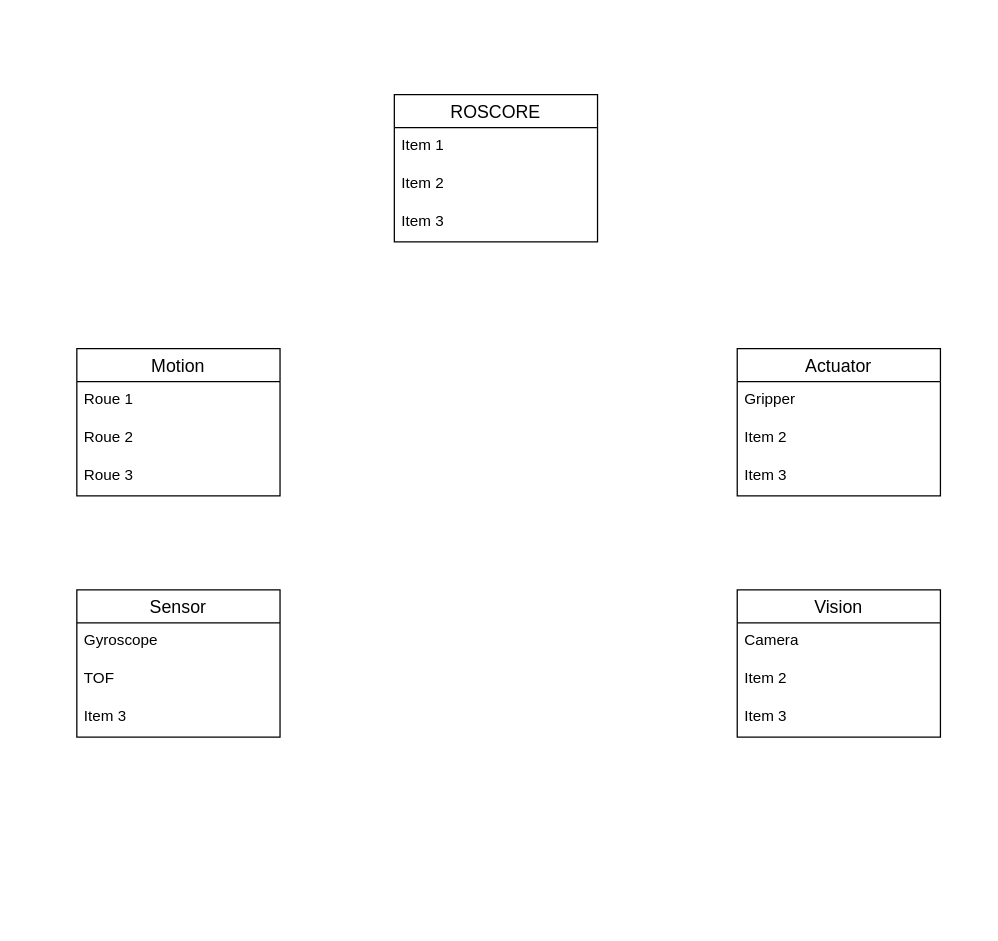
Above: software/software_cdf_2025.drawio in Betamax58/coupe-de-france (draw.io), before the change. Source tidied: cells renumbered, new cells numbered last; positions are measured from the earlier drawing's top-left corner, leaving out a move shared by most shapes. Both pictures are drawn from the tidied source at 127%, with x=0, y=0 at pixel (76, 94).
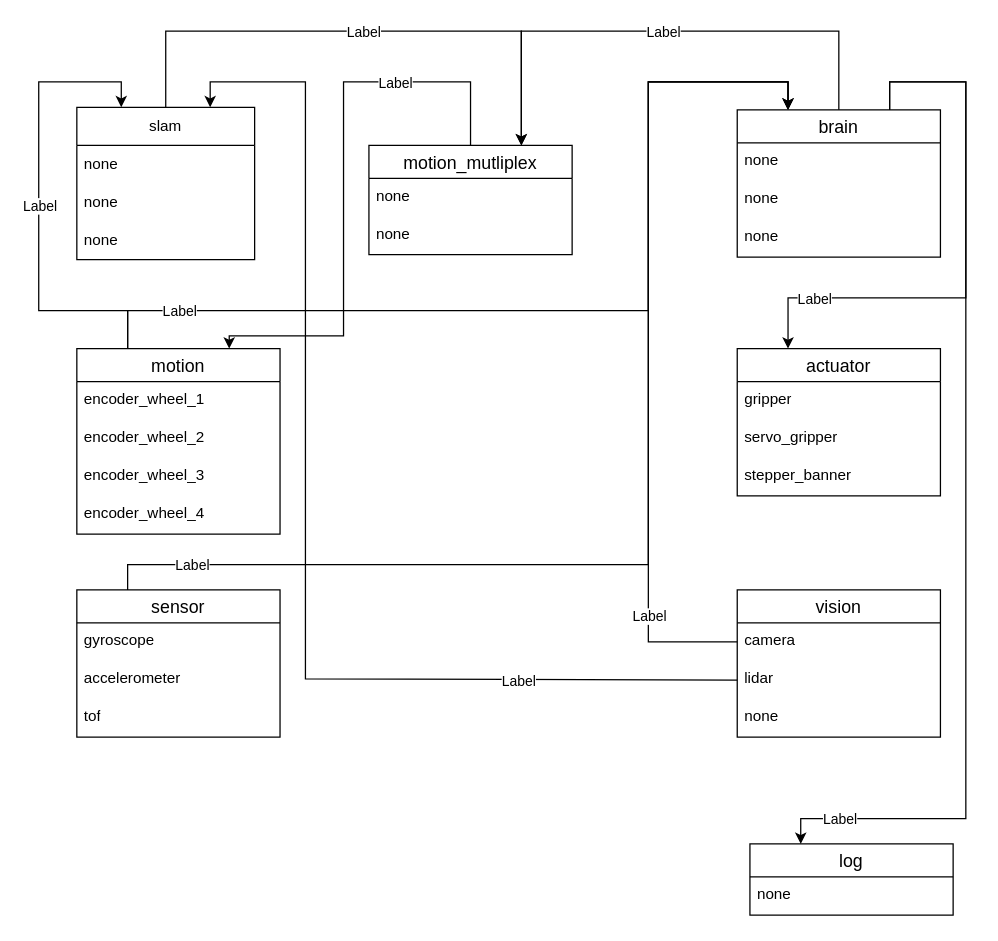
After the change.

Commit message:
Mettre à jour software_cdf_2025.drawio

Change to the diagram source:
```diff
@@
-    <mxCell id="2" value="Actuator" style="swimlane;fontStyle=0;horizontal=1;startSize=26;align=center;fontSize=14;" parent="1" vertex="1">
+    <mxCell id="2" value="actuator" style="swimlane;fontStyle=0;horizontal=1;startSize=26;align=center;fontSize=14;" parent="1" vertex="1">
       <mxGeometry x="520" y="200" width="160" height="116" as="geometry" />
     </mxCell>
-    <mxCell id="3" value="Gripper" style="text;strokeColor=none;fillColor=none;spacingLeft=4;spacingRight=4;overflow=hidden;fontSize=12;whiteSpace=wrap;html=1;" parent="2" vertex="1">
+    <mxCell id="3" value="gripper" style="text;strokeColor=none;fillColor=none;spacingLeft=4;spacingRight=4;overflow=hidden;fontSize=12;whiteSpace=wrap;html=1;" parent="2" vertex="1">
       <mxGeometry y="26" width="160" height="30" as="geometry" />
     </mxCell>
+    <mxCell id="5" value="servo_gripper" style="text;strokeColor=none;fillColor=none;spacingLeft=4;spacingRight=4;overflow=hidden;fontSize=12;whiteSpace=wrap;html=1;" parent="2" vertex="1">
+      <mxGeometry y="56" width="160" height="30" as="geometry" />
+    </mxCell>
-    <mxCell id="4" value="Item 2" style="text;strokeColor=none;fillColor=none;spacingLeft=4;spacingRight=4;overflow=hidden;fontSize=12;whiteSpace=wrap;html=1;" parent="2" vertex="1">
-      <mxGeometry y="56" width="160" height="30" as="geometry" />
+    <mxCell id="4" value="stepper_banner" style="text;strokeColor=none;fillColor=none;spacingLeft=4;spacingRight=4;overflow=hidden;fontSize=12;whiteSpace=wrap;html=1;" parent="2" vertex="1">
+      <mxGeometry y="86" width="160" height="30" as="geometry" />
     </mxCell>
-    <mxCell id="5" value="Item 3" style="text;strokeColor=none;fillColor=none;spacingLeft=4;spacingRight=4;overflow=hidden;fontSize=12;whiteSpace=wrap;html=1;" parent="2" vertex="1">
-      <mxGeometry y="86" width="160" height="30" as="geometry" />
-    </mxCell>
-    <mxCell id="6" value="Vision" style="swimlane;fontStyle=0;horizontal=1;startSize=26;align=center;fontSize=14;" parent="1" vertex="1">
+    <mxCell id="6" value="vision" style="swimlane;fontStyle=0;horizontal=1;startSize=26;align=center;fontSize=14;" parent="1" vertex="1">
       <mxGeometry x="520" y="390" width="160" height="116" as="geometry" />
     </mxCell>
-    <mxCell id="7" value="Camera" style="text;strokeColor=none;fillColor=none;spacingLeft=4;spacingRight=4;overflow=hidden;points=[[0,0.5],[1,0.5]];portConstraint=eastwest;fontSize=12;whiteSpace=wrap;html=1;" parent="6" vertex="1">
+    <mxCell id="7" value="camera" style="text;strokeColor=none;fillColor=none;spacingLeft=4;spacingRight=4;overflow=hidden;points=[[0,0.5],[1,0.5]];portConstraint=eastwest;fontSize=12;whiteSpace=wrap;html=1;" parent="6" vertex="1">
       <mxGeometry y="26" width="160" height="30" as="geometry" />
     </mxCell>
-    <mxCell id="8" value="Item 2" style="text;strokeColor=none;fillColor=none;spacingLeft=4;spacingRight=4;overflow=hidden;points=[[0,0.5],[1,0.5]];portConstraint=eastwest;fontSize=12;whiteSpace=wrap;html=1;" parent="6" vertex="1">
+    <mxCell id="8" value="lidar" style="text;strokeColor=none;fillColor=none;spacingLeft=4;spacingRight=4;overflow=hidden;points=[[0,0.5],[1,0.5]];portConstraint=eastwest;fontSize=12;whiteSpace=wrap;html=1;" parent="6" vertex="1">
       <mxGeometry y="56" width="160" height="30" as="geometry" />
     </mxCell>
-    <mxCell id="9" value="Item 3" style="text;strokeColor=none;fillColor=none;spacingLeft=4;spacingRight=4;overflow=hidden;fontSize=12;whiteSpace=wrap;html=1;" parent="6" vertex="1">
+    <mxCell id="9" value="none" style="text;strokeColor=none;fillColor=none;spacingLeft=4;spacingRight=4;overflow=hidden;fontSize=12;whiteSpace=wrap;html=1;" parent="6" vertex="1">
       <mxGeometry y="86" width="160" height="30" as="geometry" />
     </mxCell>
-    <mxCell id="10" value="Sensor" style="swimlane;fontStyle=0;horizontal=1;startSize=26;align=center;fontSize=14;" parent="1" vertex="1">
+    <mxCell id="10" value="sensor" style="swimlane;fontStyle=0;horizontal=1;startSize=26;align=center;fontSize=14;" parent="1" vertex="1">
       <mxGeometry y="390" width="160" height="116" as="geometry" />
     </mxCell>
-    <mxCell id="11" value="Gyroscope" style="text;strokeColor=none;fillColor=none;spacingLeft=4;spacingRight=4;overflow=hidden;fontSize=12;whiteSpace=wrap;html=1;" parent="10" vertex="1">
+    <mxCell id="11" value="gyroscope" style="text;strokeColor=none;fillColor=none;spacingLeft=4;spacingRight=4;overflow=hidden;fontSize=12;whiteSpace=wrap;html=1;" parent="10" vertex="1">
       <mxGeometry y="26" width="160" height="30" as="geometry" />
     </mxCell>
-    <mxCell id="12" value="TOF" style="text;strokeColor=none;fillColor=none;spacingLeft=4;spacingRight=4;overflow=hidden;fontSize=12;whiteSpace=wrap;html=1;" parent="10" vertex="1">
+    <mxCell id="12" value="accelerometer" style="text;strokeColor=none;fillColor=none;spacingLeft=4;spacingRight=4;overflow=hidden;fontSize=12;whiteSpace=wrap;html=1;" parent="10" vertex="1">
       <mxGeometry y="56" width="160" height="30" as="geometry" />
     </mxCell>
-    <mxCell id="13" value="Item 3" style="text;strokeColor=none;fillColor=none;spacingLeft=4;spacingRight=4;overflow=hidden;fontSize=12;whiteSpace=wrap;html=1;" parent="10" vertex="1">
+    <mxCell id="13" value="tof" style="text;strokeColor=none;fillColor=none;spacingLeft=4;spacingRight=4;overflow=hidden;fontSize=12;whiteSpace=wrap;html=1;" parent="10" vertex="1">
       <mxGeometry y="86" width="160" height="30" as="geometry" />
     </mxCell>
-    <mxCell id="14" value="Motion" style="swimlane;fontStyle=0;horizontal=1;startSize=26;align=center;fontSize=14;" parent="1" vertex="1">
-      <mxGeometry y="200" width="160" height="116" as="geometry" />
+    <mxCell id="14" value="motion" style="swimlane;fontStyle=0;horizontal=1;startSize=26;align=center;fontSize=14;" parent="1" vertex="1">
+      <mxGeometry y="200" width="160" height="146" as="geometry" />
     </mxCell>
-    <mxCell id="15" value="Roue 1" style="text;strokeColor=none;fillColor=none;spacingLeft=4;spacingRight=4;overflow=hidden;fontSize=12;whiteSpace=wrap;html=1;" parent="14" vertex="1">
+    <mxCell id="15" value="encoder_wheel_1" style="text;strokeColor=none;fillColor=none;spacingLeft=4;spacingRight=4;overflow=hidden;fontSize=12;whiteSpace=wrap;html=1;" parent="14" vertex="1">
       <mxGeometry y="26" width="160" height="30" as="geometry" />
     </mxCell>
-    <mxCell id="16" value="Roue 2" style="text;strokeColor=none;fillColor=none;spacingLeft=4;spacingRight=4;overflow=hidden;fontSize=12;whiteSpace=wrap;html=1;" parent="14" vertex="1">
+    <mxCell id="16" value="encoder_wheel_2" style="text;strokeColor=none;fillColor=none;spacingLeft=4;spacingRight=4;overflow=hidden;fontSize=12;whiteSpace=wrap;html=1;" parent="14" vertex="1">
       <mxGeometry y="56" width="160" height="30" as="geometry" />
     </mxCell>
-    <mxCell id="17" value="Roue 3" style="text;strokeColor=none;fillColor=none;spacingLeft=4;spacingRight=4;overflow=hidden;fontSize=12;whiteSpace=wrap;html=1;" parent="14" vertex="1">
+    <mxCell id="17" value="encoder_wheel_3" style="text;strokeColor=none;fillColor=none;spacingLeft=4;spacingRight=4;overflow=hidden;fontSize=12;whiteSpace=wrap;html=1;" parent="14" vertex="1">
       <mxGeometry y="86" width="160" height="30" as="geometry" />
     </mxCell>
+    <mxCell id="22" value="encoder_wheel_4" style="text;strokeColor=none;fillColor=none;spacingLeft=4;spacingRight=4;overflow=hidden;fontSize=12;whiteSpace=wrap;html=1;" parent="14" vertex="1">
+      <mxGeometry y="116" width="160" height="30" as="geometry" />
+    </mxCell>
-    <mxCell id="18" value="ROSCORE" style="swimlane;fontStyle=0;horizontal=1;startSize=26;align=center;fontSize=14;" parent="1" vertex="1">
-      <mxGeometry x="250" width="160" height="116" as="geometry" />
+    <mxCell id="18" value="brain" style="swimlane;fontStyle=0;horizontal=1;startSize=26;align=center;fontSize=14;" parent="1" vertex="1">
+      <mxGeometry x="520" y="12" width="160" height="116" as="geometry" />
     </mxCell>
-    <mxCell id="19" value="Item 1" style="text;strokeColor=none;fillColor=none;spacingLeft=4;spacingRight=4;overflow=hidden;fontSize=12;whiteSpace=wrap;html=1;" parent="18" vertex="1">
+    <mxCell id="19" value="none" style="text;strokeColor=none;fillColor=none;spacingLeft=4;spacingRight=4;overflow=hidden;fontSize=12;whiteSpace=wrap;html=1;" parent="18" vertex="1">
       <mxGeometry y="26" width="160" height="30" as="geometry" />
     </mxCell>
-    <mxCell id="20" value="Item 2" style="text;strokeColor=none;fillColor=none;spacingLeft=4;spacingRight=4;overflow=hidden;fontSize=12;whiteSpace=wrap;html=1;" parent="18" vertex="1">
+    <mxCell id="20" value="none" style="text;strokeColor=none;fillColor=none;spacingLeft=4;spacingRight=4;overflow=hidden;fontSize=12;whiteSpace=wrap;html=1;" parent="18" vertex="1">
       <mxGeometry y="56" width="160" height="30" as="geometry" />
     </mxCell>
-    <mxCell id="21" value="Item 3" style="text;strokeColor=none;fillColor=none;spacingLeft=4;spacingRight=4;overflow=hidden;fontSize=12;whiteSpace=wrap;html=1;" parent="18" vertex="1">
+    <mxCell id="21" value="none" style="text;strokeColor=none;fillColor=none;spacingLeft=4;spacingRight=4;overflow=hidden;fontSize=12;whiteSpace=wrap;html=1;" parent="18" vertex="1">
       <mxGeometry y="86" width="160" height="30" as="geometry" />
     </mxCell>
+    <mxCell id="23" value="slam" style="swimlane;fontStyle=0;horizontal=1;startSize=30;whiteSpace=wrap;html=1;" parent="1" vertex="1">
+      <mxGeometry y="10" width="140" height="120" as="geometry" />
+    </mxCell>
+    <mxCell id="24" value="none" style="text;strokeColor=none;fillColor=none;align=left;verticalAlign=middle;spacingLeft=4;spacingRight=4;overflow=hidden;whiteSpace=wrap;html=1;" parent="23" vertex="1">
+      <mxGeometry y="30" width="140" height="30" as="geometry" />
+    </mxCell>
+    <mxCell id="25" value="none" style="text;strokeColor=none;fillColor=none;align=left;verticalAlign=middle;spacingLeft=4;spacingRight=4;overflow=hidden;whiteSpace=wrap;html=1;" parent="23" vertex="1">
+      <mxGeometry y="60" width="140" height="30" as="geometry" />
+    </mxCell>
+    <mxCell id="26" value="none" style="text;strokeColor=none;fillColor=none;align=left;verticalAlign=middle;spacingLeft=4;spacingRight=4;overflow=hidden;whiteSpace=wrap;html=1;" parent="23" vertex="1">
+      <mxGeometry y="90" width="140" height="30" as="geometry" />
+    </mxCell>
+    <mxCell id="27" style="endArrow=classic;html=1;rounded=0;exitX=0.25;exitY=0;exitDx=0;exitDy=0;entryX=0.25;entryY=0;entryDx=0;entryDy=0;" parent="1" edge="1" source="14" target="23">
+      <mxGeometry relative="1" as="geometry">
+        <Array as="points">
+          <mxPoint x="40" y="170" />
+          <mxPoint x="-30" y="170" />
+          <mxPoint x="-30" y="-10" />
+          <mxPoint x="35" y="-10" />
+        </Array>
+      </mxGeometry>
+    </mxCell>
+    <mxCell id="28" value="Label" style="edgeLabel;html=1;align=center;verticalAlign=middle;" parent="27" vertex="1">
+      <mxGeometry relative="1" as="geometry" />
+    </mxCell>
+    <mxCell id="29" style="endArrow=classic;html=1;rounded=0;exitX=0;exitY=0.5;exitDx=0;exitDy=0;entryX=0.75;entryY=0;entryDx=0;entryDy=0;" parent="1" edge="1" source="8" target="23">
+      <mxGeometry relative="1" as="geometry">
+        <Array as="points">
+          <mxPoint x="180" y="460" />
+          <mxPoint x="180" y="-10" />
+          <mxPoint x="105" y="-10" />
+        </Array>
+      </mxGeometry>
+    </mxCell>
+    <mxCell id="30" value="Label" style="edgeLabel;html=1;align=center;verticalAlign=middle;" parent="29" vertex="1">
+      <mxGeometry relative="1" as="geometry">
+        <mxPoint x="167" y="114" as="offset" />
+      </mxGeometry>
+    </mxCell>
+    <mxCell id="31" style="endArrow=classic;html=1;rounded=0;entryX=0.25;entryY=0;entryDx=0;entryDy=0;exitX=0.25;exitY=0;exitDx=0;exitDy=0;" parent="1" edge="1" source="10" target="18">
+      <mxGeometry relative="1" as="geometry">
+        <Array as="points">
+          <mxPoint x="40" y="370" />
+          <mxPoint x="450" y="370" />
+          <mxPoint x="450" y="-10" />
+          <mxPoint x="560" y="-10" />
+        </Array>
+      </mxGeometry>
+    </mxCell>
+    <mxCell id="32" value="Label" style="edgeLabel;html=1;align=center;verticalAlign=middle;" parent="31" vertex="1">
+      <mxGeometry relative="1" as="geometry">
+        <mxPoint x="-360" y="41" as="offset" />
+      </mxGeometry>
+    </mxCell>
+    <mxCell id="33" style="endArrow=classic;html=1;rounded=0;exitX=0.75;exitY=0;exitDx=0;exitDy=0;entryX=0.25;entryY=0;entryDx=0;entryDy=0;" parent="1" edge="1" source="18" target="2">
+      <mxGeometry relative="1" as="geometry">
+        <Array as="points">
+          <mxPoint x="640" y="-10" />
+          <mxPoint x="700" y="-10" />
+          <mxPoint x="700" y="160" />
+          <mxPoint x="560" y="160" />
+        </Array>
+      </mxGeometry>
+    </mxCell>
+    <mxCell id="34" value="Label" style="edgeLabel;html=1;align=center;verticalAlign=middle;" parent="33" vertex="1">
+      <mxGeometry relative="1" as="geometry">
+        <mxPoint x="-120" y="36" as="offset" />
+      </mxGeometry>
+    </mxCell>
+    <mxCell id="35" style="endArrow=classic;html=1;rounded=0;exitX=0;exitY=0.5;exitDx=0;exitDy=0;entryX=0.25;entryY=0;entryDx=0;entryDy=0;" parent="1" edge="1" source="7" target="18">
+      <mxGeometry relative="1" as="geometry">
+        <Array as="points">
+          <mxPoint x="450" y="431" />
+          <mxPoint x="450" y="-10" />
+          <mxPoint x="560" y="-10" />
+        </Array>
+      </mxGeometry>
+    </mxCell>
+    <mxCell id="36" value="Label" style="edgeLabel;html=1;align=center;verticalAlign=middle;" parent="35" vertex="1">
+      <mxGeometry relative="1" as="geometry">
+        <mxPoint y="231" as="offset" />
+      </mxGeometry>
+    </mxCell>
+    <mxCell id="37" value="motion_mutliplex" style="swimlane;fontStyle=0;horizontal=1;startSize=26;align=center;fontSize=14;" parent="1" vertex="1">
+      <mxGeometry x="230" y="40" width="160" height="86" as="geometry" />
+    </mxCell>
+    <mxCell id="38" value="none" style="text;strokeColor=none;fillColor=none;spacingLeft=4;spacingRight=4;overflow=hidden;fontSize=12;whiteSpace=wrap;html=1;" parent="37" vertex="1">
+      <mxGeometry y="26" width="160" height="30" as="geometry" />
+    </mxCell>
+    <mxCell id="39" value="none" style="text;strokeColor=none;fillColor=none;spacingLeft=4;spacingRight=4;overflow=hidden;fontSize=12;whiteSpace=wrap;html=1;" parent="37" vertex="1">
+      <mxGeometry y="56" width="160" height="30" as="geometry" />
+    </mxCell>
+    <mxCell id="40" style="endArrow=classic;html=1;rounded=0;exitX=0.5;exitY=0;exitDx=0;exitDy=0;entryX=0.75;entryY=0;entryDx=0;entryDy=0;" parent="1" edge="1" source="18" target="37">
+      <mxGeometry relative="1" as="geometry">
+        <Array as="points">
+          <mxPoint x="600" y="-50" />
+          <mxPoint x="350" y="-50" />
+        </Array>
+      </mxGeometry>
+    </mxCell>
+    <mxCell id="41" value="Label" style="edgeLabel;html=1;align=center;verticalAlign=middle;" parent="40" vertex="1">
+      <mxGeometry relative="1" as="geometry" />
+    </mxCell>
+    <mxCell id="42" style="endArrow=classic;html=1;rounded=0;exitX=0.5;exitY=0;exitDx=0;exitDy=0;entryX=0.75;entryY=0;entryDx=0;entryDy=0;" parent="1" edge="1" source="23" target="37">
+      <mxGeometry relative="1" as="geometry">
+        <Array as="points">
+          <mxPoint x="70" y="-50" />
+          <mxPoint x="220" y="-50" />
+          <mxPoint x="350" y="-50" />
+        </Array>
+      </mxGeometry>
+    </mxCell>
+    <mxCell id="43" value="Label" style="edgeLabel;html=1;align=center;verticalAlign=middle;" parent="42" vertex="1">
+      <mxGeometry relative="1" as="geometry" />
+    </mxCell>
+    <mxCell id="44" style="endArrow=classic;html=1;rounded=0;exitX=0.25;exitY=0;exitDx=0;exitDy=0;entryX=0.25;entryY=0;entryDx=0;entryDy=0;" parent="1" edge="1" source="14" target="18">
+      <mxGeometry relative="1" as="geometry">
+        <Array as="points">
+          <mxPoint x="40" y="170" />
+          <mxPoint x="80" y="170" />
+          <mxPoint x="300" y="170" />
+          <mxPoint x="140" y="170" />
+          <mxPoint x="120" y="170" />
+          <mxPoint x="450" y="170" />
+          <mxPoint x="450" y="-10" />
+          <mxPoint x="560" y="-10" />
+        </Array>
+      </mxGeometry>
+    </mxCell>
+    <mxCell id="45" value="Label" style="edgeLabel;html=1;align=center;verticalAlign=middle;" parent="44" vertex="1">
+      <mxGeometry relative="1" as="geometry">
+        <mxPoint x="-126" as="offset" />
+      </mxGeometry>
+    </mxCell>
+    <mxCell id="46" style="endArrow=classic;html=1;rounded=0;exitX=0.5;exitY=0;exitDx=0;exitDy=0;entryX=0.75;entryY=0;entryDx=0;entryDy=0;" parent="1" edge="1" source="37" target="14">
+      <mxGeometry relative="1" as="geometry">
+        <Array as="points">
+          <mxPoint x="310" y="-10" />
+          <mxPoint x="210" y="-10" />
+          <mxPoint x="210" y="190" />
+          <mxPoint x="170" y="190" />
+          <mxPoint x="120" y="190" />
+        </Array>
+      </mxGeometry>
+    </mxCell>
+    <mxCell id="47" value="Label" style="edgeLabel;html=1;align=center;verticalAlign=middle;" parent="46" vertex="1">
+      <mxGeometry relative="1" as="geometry">
+        <mxPoint x="40" y="-75" as="offset" />
+      </mxGeometry>
+    </mxCell>
+    <mxCell id="48" value="log" style="swimlane;fontStyle=0;horizontal=1;startSize=26;align=center;fontSize=14;" parent="1" vertex="1">
+      <mxGeometry x="530" y="590" width="160" height="56" as="geometry" />
+    </mxCell>
+    <mxCell id="49" value="none" style="text;strokeColor=none;fillColor=none;spacingLeft=4;spacingRight=4;overflow=hidden;fontSize=12;whiteSpace=wrap;html=1;" parent="48" vertex="1">
+      <mxGeometry y="26" width="160" height="30" as="geometry" />
+    </mxCell>
+    <mxCell id="50" style="endArrow=classic;html=1;rounded=0;exitX=0.75;exitY=0;exitDx=0;exitDy=0;entryX=0.25;entryY=0;entryDx=0;entryDy=0;" parent="1" edge="1" source="18" target="48">
+      <mxGeometry relative="1" as="geometry">
+        <Array as="points">
+          <mxPoint x="640" y="-10" />
+          <mxPoint x="700" y="-10" />
+          <mxPoint x="700" y="160" />
+          <mxPoint x="700" y="570" />
+          <mxPoint x="570" y="570" />
+        </Array>
+      </mxGeometry>
+    </mxCell>
+    <mxCell id="51" value="Label" style="edgeLabel;html=1;align=center;verticalAlign=middle;" parent="50" vertex="1">
+      <mxGeometry relative="1" as="geometry">
+        <mxPoint x="-100" y="256" as="offset" />
+      </mxGeometry>
+    </mxCell>
```
